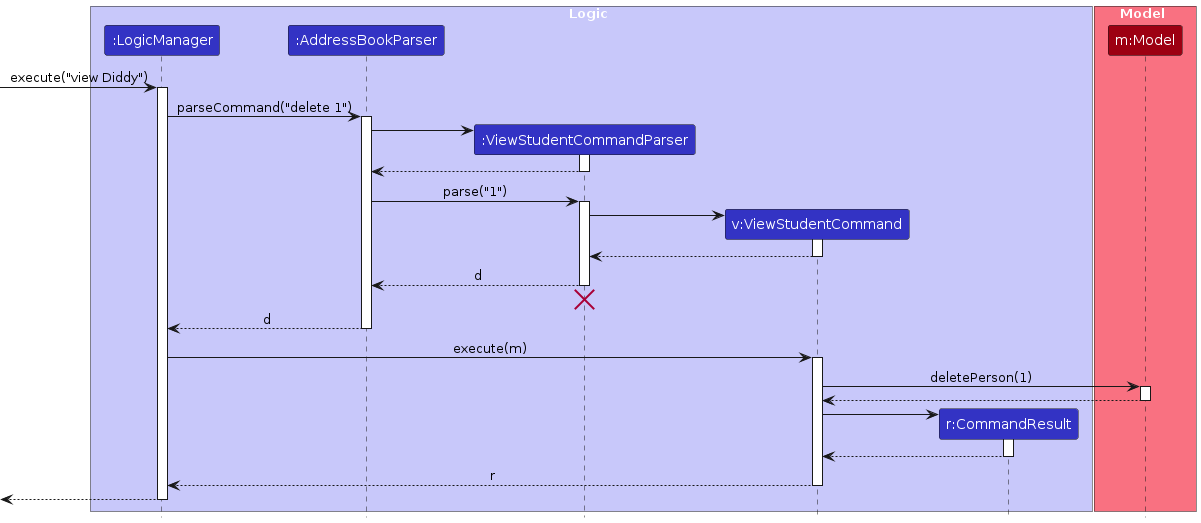
Ansel-Ch/tp keeps this PlantUML diagram as diagrams/DeleteSequenceDiagram.png. Above is the earlier version. Its source is kept beside it as diagrams/DeleteSequenceDiagram.puml.
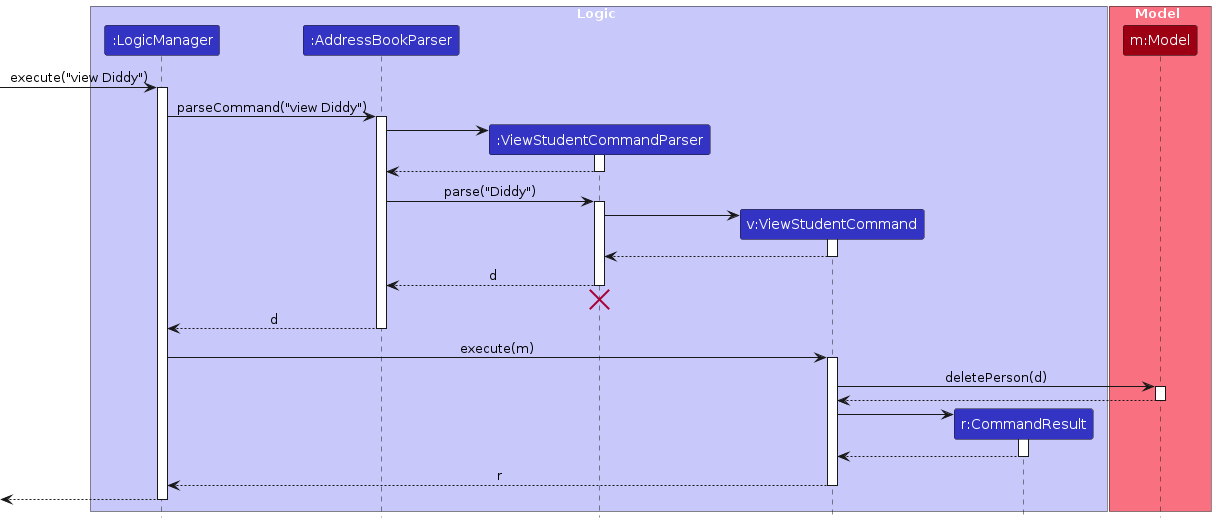
After the commit.

Diff of the diagram source:
```diff
@@ -17,7 +17,7 @@
 [-> LogicManager : execute("view Diddy")
 activate LogicManager
 
-LogicManager -> AddressBookParser : parseCommand("delete 1")
+LogicManager -> AddressBookParser : parseCommand("view Diddy")
 activate AddressBookParser
 
 create ViewStudentCommandParser
@@ -27,7 +27,7 @@
 ViewStudentCommandParser --> AddressBookParser
 deactivate ViewStudentCommandParser
 
-AddressBookParser -> ViewStudentCommandParser : parse("1")
+AddressBookParser -> ViewStudentCommandParser : parse("Diddy")
 activate ViewStudentCommandParser
 
 create ViewStudentCommand
@@ -48,7 +48,7 @@
 LogicManager -> ViewStudentCommand : execute(m)
 activate ViewStudentCommand
 
-ViewStudentCommand -> Model : deletePerson(1)
+ViewStudentCommand -> Model : deletePerson(d)
 activate Model
 
 Model --> ViewStudentCommand
```
